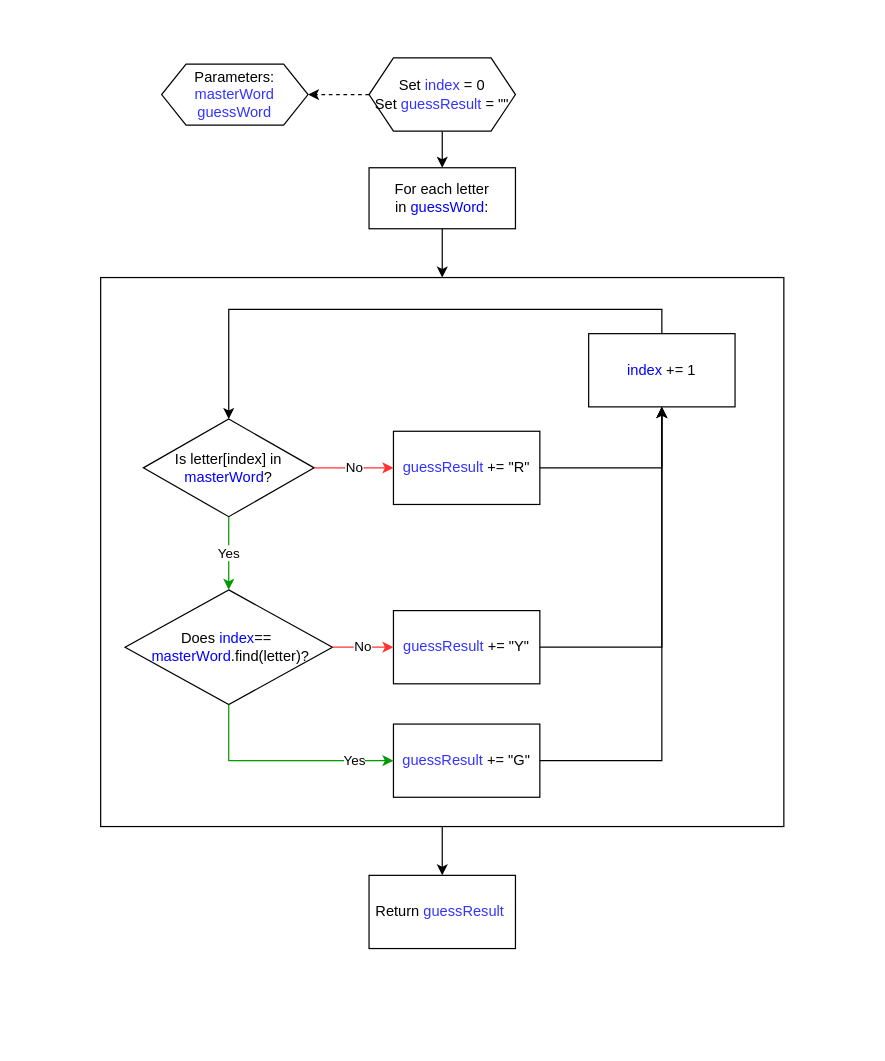
This is page "checkWord" (2 of 2) of wordle/logic.drawio from bansuri1/pythongames, a draw.io file, before an edit. Source tidied: cells renumbered, new cells numbered last; positions are measured from the earlier drawing's top-left corner, leaving out a move shared by most shapes. Both pictures are drawn from the tidied source at 122%, with x=0, y=0 at pixel (40, 21).
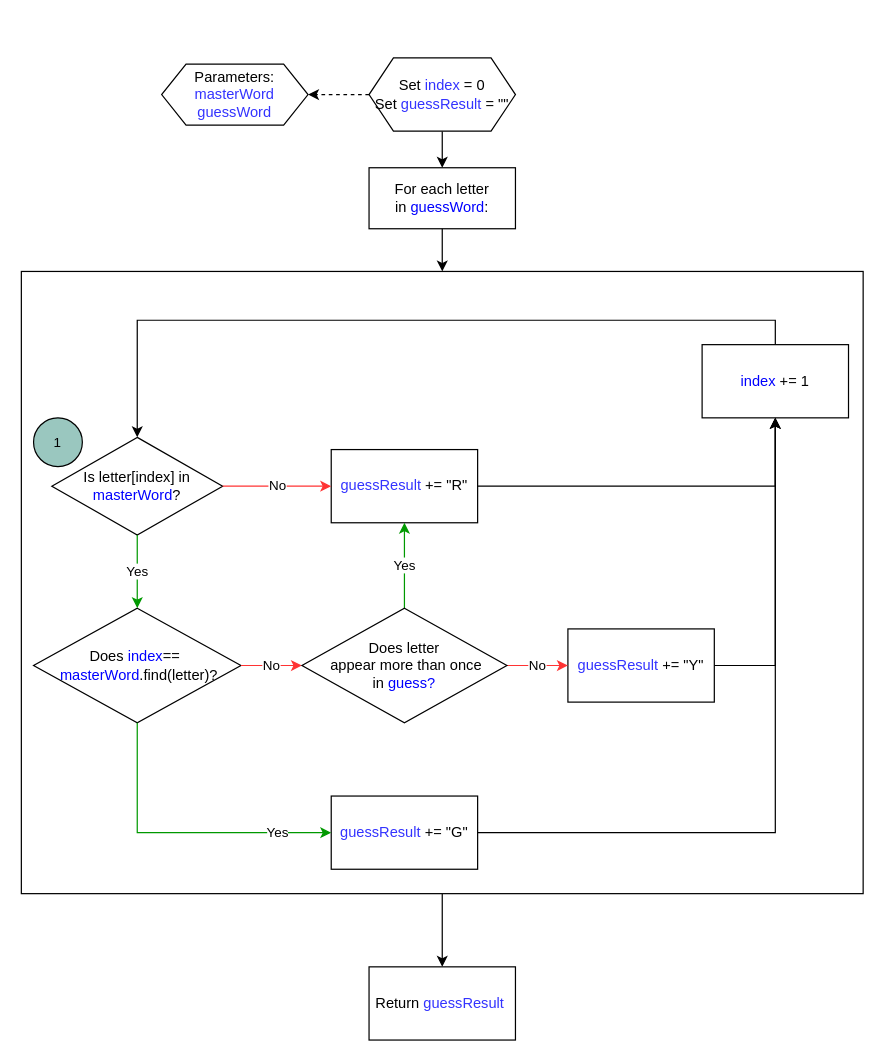
The same diagram, later.

What changed in the source:
```diff
@@
-    <mxCell id="2" style="rounded=0;whiteSpace=wrap;html=1;fontColor=#FF9933;strokeColor=none;strokeWidth=2;fillColor=#FFFFFF;" parent="1" vertex="1">
-      <mxGeometry width="658" height="820" as="geometry" />
-    </mxCell>
-    <mxCell id="3" style="group;fillColor=none;" parent="1" vertex="1">
-      <mxGeometry x="49" y="210" width="560" height="450" as="geometry" />
-    </mxCell>
-    <mxCell id="4" style="rounded=0;whiteSpace=wrap;html=1;fontColor=#000000;fillColor=none;" parent="3" vertex="1">
-      <mxGeometry width="560" height="450" as="geometry" />
-    </mxCell>
+    <mxCell id="27" style="edgeStyle=orthogonalEdgeStyle;rounded=0;jettySize=auto;html=1;fontSize=11;fontColor=#000000;strokeColor=#000000;strokeWidth=1;" parent="1" edge="1" source="28" target="23">
+      <mxGeometry relative="1" as="geometry" />
+    </mxCell>
+    <mxCell id="28" style="rounded=0;whiteSpace=wrap;html=1;fontSize=11;fontColor=#000000;strokeColor=#000000;strokeWidth=1;fillColor=#FFFFFF;" parent="1" vertex="1">
+      <mxGeometry x="-16" y="205" width="690" height="510" as="geometry" />
+    </mxCell>
+    <mxCell id="19" style="edgeStyle=orthogonalEdgeStyle;rounded=0;jettySize=auto;html=1;fontColor=#000000;dashed=1;" parent="1" edge="1" source="21" target="22">
+      <mxGeometry relative="1" as="geometry" />
+    </mxCell>
+    <mxCell id="20" style="edgeStyle=orthogonalEdgeStyle;rounded=0;jettySize=auto;html=1;fontColor=#0000FF;" parent="1" edge="1" source="21" target="26">
+      <mxGeometry relative="1" as="geometry" />
+    </mxCell>
+    <mxCell id="21" value="&lt;font color=&quot;#000000&quot;&gt;Set &lt;/font&gt;index &lt;font color=&quot;#000000&quot;&gt;= 0&lt;br&gt;Set &lt;/font&gt;guessResult &lt;font color=&quot;#000000&quot;&gt;= &quot;&quot;&lt;/font&gt;" style="shape=hexagon;perimeter=hexagonPerimeter2;whiteSpace=wrap;html=1;fixedSize=1;fontColor=#3333FF;" parent="1" vertex="1">
+      <mxGeometry x="269" y="30" width="120" height="60" as="geometry" />
+    </mxCell>
+    <mxCell id="22" value="Parameters:&lt;br&gt;&lt;font color=&quot;#3333ff&quot;&gt;masterWord&lt;br&gt;guessWord&lt;br&gt;&lt;/font&gt;" style="shape=hexagon;perimeter=hexagonPerimeter2;whiteSpace=wrap;html=1;fixedSize=1;fontColor=#000000;" parent="1" vertex="1">
+      <mxGeometry x="99" y="35" width="120" height="50" as="geometry" />
+    </mxCell>
+    <mxCell id="23" value="Return&amp;nbsp;&lt;span style=&quot;color: rgb(51 , 51 , 255)&quot;&gt;guessResult&amp;nbsp;&lt;/span&gt;" style="rounded=0;whiteSpace=wrap;html=1;fontColor=#000000;fillColor=none;" parent="1" vertex="1">
+      <mxGeometry x="269" y="775" width="120" height="60" as="geometry" />
+    </mxCell>
+    <mxCell id="29" style="edgeStyle=orthogonalEdgeStyle;rounded=0;jettySize=auto;html=1;fontColor=#0000FF;entryX=0.5;entryY=0;entryDx=0;entryDy=0;" parent="1" edge="1" source="26" target="28">
+      <mxGeometry relative="1" as="geometry" />
+    </mxCell>
+    <mxCell id="26" value="&lt;span style=&quot;color: rgb(0 , 0 , 0)&quot;&gt;For each letter in&amp;nbsp;&lt;/span&gt;&lt;font color=&quot;#0000ff&quot;&gt;guessWord&lt;/font&gt;&lt;span style=&quot;color: rgb(0 , 0 , 0)&quot;&gt;:&lt;/span&gt;" style="rounded=0;whiteSpace=wrap;html=1;fontColor=#0000FF;fillColor=none;" parent="1" vertex="1">
+      <mxGeometry x="269" y="120" width="120" height="50" as="geometry" />
+    </mxCell>
-    <mxCell id="5" value="Is letter[index] in &lt;br&gt;&lt;font color=&quot;#0000ff&quot;&gt;masterWord&lt;/font&gt;?" style="rhombus;whiteSpace=wrap;html=1;fontColor=#000000;" parent="3" vertex="1">
-      <mxGeometry x="35" y="116" width="140" height="80" as="geometry" />
+    <mxCell id="5" value="Is letter[index] in &lt;br&gt;&lt;font color=&quot;#0000ff&quot;&gt;masterWord&lt;/font&gt;?" style="rhombus;whiteSpace=wrap;html=1;fontColor=#000000;" parent="1" vertex="1">
+      <mxGeometry x="9" y="341" width="140" height="80" as="geometry" />
     </mxCell>
-    <mxCell id="6" value="&lt;span style=&quot;color: rgb(51 , 51 , 255)&quot;&gt;guessResult&amp;nbsp;&lt;/span&gt;+= &quot;R&quot;" style="rounded=0;whiteSpace=wrap;html=1;fontColor=#000000;" parent="3" vertex="1">
-      <mxGeometry x="240" y="126" width="120" height="60" as="geometry" />
+    <mxCell id="6" value="&lt;span style=&quot;color: rgb(51 , 51 , 255)&quot;&gt;guessResult&amp;nbsp;&lt;/span&gt;+= &quot;R&quot;" style="rounded=0;whiteSpace=wrap;html=1;fontColor=#000000;" parent="1" vertex="1">
+      <mxGeometry x="238" y="351" width="120" height="60" as="geometry" />
     </mxCell>
-    <mxCell id="7" value="No" style="edgeStyle=orthogonalEdgeStyle;rounded=0;jettySize=auto;html=1;fontColor=#000000;strokeColor=#FF3333;" parent="3" edge="1" source="5" target="6">
+    <mxCell id="7" value="No" style="edgeStyle=orthogonalEdgeStyle;rounded=0;jettySize=auto;html=1;fontColor=#000000;strokeColor=#FF3333;" parent="1" edge="1" source="5" target="6">
       <mxGeometry relative="1" as="geometry" />
     </mxCell>
-    <mxCell id="8" value="Does&amp;nbsp;&lt;font color=&quot;#0000ff&quot;&gt;index&lt;/font&gt;==&amp;nbsp;&lt;br&gt;&amp;nbsp;&lt;span style=&quot;color: rgb(0 , 0 , 255)&quot;&gt;masterWord&lt;/span&gt;.find(letter)?" style="rhombus;whiteSpace=wrap;html=1;fontColor=#000000;" parent="3" vertex="1">
-      <mxGeometry x="20" y="256" width="170" height="94" as="geometry" />
+    <mxCell id="8" value="Does&amp;nbsp;&lt;font color=&quot;#0000ff&quot;&gt;index&lt;/font&gt;==&amp;nbsp;&lt;br&gt;&amp;nbsp;&lt;span style=&quot;color: rgb(0 , 0 , 255)&quot;&gt;masterWord&lt;/span&gt;.find(letter)?" style="rhombus;whiteSpace=wrap;html=1;fontColor=#000000;" parent="1" vertex="1">
+      <mxGeometry x="-6" y="481" width="170" height="94" as="geometry" />
     </mxCell>
-    <mxCell id="9" value="&lt;font color=&quot;#000000&quot;&gt;Yes&lt;/font&gt;" style="edgeStyle=orthogonalEdgeStyle;rounded=0;jettySize=auto;html=1;fontColor=#0000FF;strokeColor=#009900;" parent="3" edge="1" source="5" target="8">
+    <mxCell id="9" value="&lt;font color=&quot;#000000&quot;&gt;Yes&lt;/font&gt;" style="edgeStyle=orthogonalEdgeStyle;rounded=0;jettySize=auto;html=1;fontColor=#0000FF;strokeColor=#009900;" parent="1" edge="1" source="5" target="8">
       <mxGeometry relative="1" as="geometry" />
     </mxCell>
-    <mxCell id="10" value="&lt;span style=&quot;color: rgb(51 , 51 , 255)&quot;&gt;guessResult&amp;nbsp;&lt;/span&gt;+= &quot;Y&quot;" style="rounded=0;whiteSpace=wrap;html=1;fontColor=#000000;" parent="3" vertex="1">
-      <mxGeometry x="240" y="273" width="120" height="60" as="geometry" />
+    <mxCell id="10" value="&lt;span style=&quot;color: rgb(51 , 51 , 255)&quot;&gt;guessResult&amp;nbsp;&lt;/span&gt;+= &quot;Y&quot;" style="rounded=0;whiteSpace=wrap;html=1;fontColor=#000000;" parent="1" vertex="1">
+      <mxGeometry x="432" y="498" width="120" height="60" as="geometry" />
     </mxCell>
-    <mxCell id="11" value="No" style="edgeStyle=orthogonalEdgeStyle;rounded=0;jettySize=auto;html=1;fontColor=#000000;strokeColor=#FF3333;" parent="3" edge="1" source="8" target="10">
-      <mxGeometry relative="1" as="geometry" />
-    </mxCell>
+    <mxCell id="30" value="No" style="edgeStyle=orthogonalEdgeStyle;rounded=0;jettySize=auto;html=1;fontColor=#000000;strokeColor=#FF3333;entryX=0;entryY=0.5;entryDx=0;entryDy=0;" parent="1" edge="1" source="8" target="33">
+      <mxGeometry relative="1" as="geometry" />
+    </mxCell>
-    <mxCell id="12" value="&lt;span style=&quot;color: rgb(51 , 51 , 255)&quot;&gt;guessResult&amp;nbsp;&lt;/span&gt;+= &quot;G&quot;" style="rounded=0;whiteSpace=wrap;html=1;fontColor=#000000;" parent="3" vertex="1">
-      <mxGeometry x="240" y="366" width="120" height="60" as="geometry" />
+    <mxCell id="12" value="&lt;span style=&quot;color: rgb(51 , 51 , 255)&quot;&gt;guessResult&amp;nbsp;&lt;/span&gt;+= &quot;G&quot;" style="rounded=0;whiteSpace=wrap;html=1;fontColor=#000000;" parent="1" vertex="1">
+      <mxGeometry x="238" y="635" width="120" height="60" as="geometry" />
     </mxCell>
-    <mxCell id="13" value="Yes" style="edgeStyle=orthogonalEdgeStyle;rounded=0;jettySize=auto;html=1;exitX=0.5;exitY=1;exitDx=0;exitDy=0;entryX=0;entryY=0.5;entryDx=0;entryDy=0;fontColor=#000000;strokeColor=#009900;" parent="3" edge="1" source="8" target="12">
+    <mxCell id="13" value="Yes" style="edgeStyle=orthogonalEdgeStyle;rounded=0;jettySize=auto;html=1;exitX=0.5;exitY=1;exitDx=0;exitDy=0;entryX=0;entryY=0.5;entryDx=0;entryDy=0;fontColor=#000000;strokeColor=#009900;" parent="1" edge="1" source="8" target="12">
       <mxGeometry x="0.65" relative="1" as="geometry" />
     </mxCell>
-    <mxCell id="14" style="edgeStyle=orthogonalEdgeStyle;rounded=0;jettySize=auto;html=1;exitX=0.5;exitY=0;exitDx=0;exitDy=0;entryX=0.5;entryY=0;entryDx=0;entryDy=0;fontColor=#0000FF;" parent="3" edge="1" source="15" target="5">
+    <mxCell id="14" style="edgeStyle=orthogonalEdgeStyle;rounded=0;jettySize=auto;html=1;exitX=0.5;exitY=0;exitDx=0;exitDy=0;entryX=0.5;entryY=0;entryDx=0;entryDy=0;fontColor=#0000FF;" parent="1" edge="1" source="15" target="5">
       <mxGeometry relative="1" as="geometry" />
     </mxCell>
-    <mxCell id="15" value="&lt;font color=&quot;#0000ff&quot;&gt;index &lt;/font&gt;+= 1" style="rounded=0;whiteSpace=wrap;html=1;fontColor=#000000;" parent="3" vertex="1">
-      <mxGeometry x="400" y="46" width="120" height="60" as="geometry" />
+    <mxCell id="15" value="&lt;font color=&quot;#0000ff&quot;&gt;index &lt;/font&gt;+= 1" style="rounded=0;whiteSpace=wrap;html=1;fontColor=#000000;" parent="1" vertex="1">
+      <mxGeometry x="542" y="265" width="120" height="60" as="geometry" />
     </mxCell>
-    <mxCell id="16" style="edgeStyle=orthogonalEdgeStyle;rounded=0;jettySize=auto;html=1;fontColor=#000000;" parent="3" edge="1" source="6" target="15">
+    <mxCell id="16" style="edgeStyle=orthogonalEdgeStyle;rounded=0;jettySize=auto;html=1;fontColor=#000000;" parent="1" edge="1" source="6" target="15">
       <mxGeometry relative="1" as="geometry" />
     </mxCell>
-    <mxCell id="17" style="edgeStyle=orthogonalEdgeStyle;rounded=0;jettySize=auto;html=1;exitX=1;exitY=0.5;exitDx=0;exitDy=0;entryX=0.5;entryY=1;entryDx=0;entryDy=0;fontColor=#000000;" parent="3" edge="1" source="10" target="15">
+    <mxCell id="17" style="edgeStyle=orthogonalEdgeStyle;rounded=0;jettySize=auto;html=1;exitX=1;exitY=0.5;exitDx=0;exitDy=0;entryX=0.5;entryY=1;entryDx=0;entryDy=0;fontColor=#000000;" parent="1" edge="1" source="10" target="15">
       <mxGeometry relative="1" as="geometry" />
     </mxCell>
-    <mxCell id="18" style="edgeStyle=orthogonalEdgeStyle;rounded=0;jettySize=auto;html=1;exitX=1;exitY=0.5;exitDx=0;exitDy=0;entryX=0.5;entryY=1;entryDx=0;entryDy=0;fontColor=#000000;" parent="3" edge="1" source="12" target="15">
+    <mxCell id="18" style="edgeStyle=orthogonalEdgeStyle;rounded=0;jettySize=auto;html=1;exitX=1;exitY=0.5;exitDx=0;exitDy=0;entryX=0.5;entryY=1;entryDx=0;entryDy=0;fontColor=#000000;" parent="1" edge="1" source="12" target="15">
       <mxGeometry relative="1" as="geometry" />
     </mxCell>
-    <mxCell id="19" style="edgeStyle=orthogonalEdgeStyle;rounded=0;jettySize=auto;html=1;fontColor=#000000;dashed=1;" parent="1" edge="1" source="21" target="22">
-      <mxGeometry relative="1" as="geometry" />
-    </mxCell>
-    <mxCell id="20" style="edgeStyle=orthogonalEdgeStyle;rounded=0;jettySize=auto;html=1;fontColor=#0000FF;" parent="1" edge="1" source="21" target="26">
-      <mxGeometry relative="1" as="geometry" />
-    </mxCell>
-    <mxCell id="21" value="&lt;font color=&quot;#000000&quot;&gt;Set &lt;/font&gt;index &lt;font color=&quot;#000000&quot;&gt;= 0&lt;br&gt;Set &lt;/font&gt;guessResult &lt;font color=&quot;#000000&quot;&gt;= &quot;&quot;&lt;/font&gt;" style="shape=hexagon;perimeter=hexagonPerimeter2;whiteSpace=wrap;html=1;fixedSize=1;fontColor=#3333FF;" parent="1" vertex="1">
-      <mxGeometry x="269" y="30" width="120" height="60" as="geometry" />
-    </mxCell>
-    <mxCell id="22" value="Parameters:&lt;br&gt;&lt;font color=&quot;#3333ff&quot;&gt;masterWord&lt;br&gt;guessWord&lt;br&gt;&lt;/font&gt;" style="shape=hexagon;perimeter=hexagonPerimeter2;whiteSpace=wrap;html=1;fixedSize=1;fontColor=#000000;" parent="1" vertex="1">
-      <mxGeometry x="99" y="35" width="120" height="50" as="geometry" />
-    </mxCell>
-    <mxCell id="23" value="Return&amp;nbsp;&lt;span style=&quot;color: rgb(51 , 51 , 255)&quot;&gt;guessResult&amp;nbsp;&lt;/span&gt;" style="rounded=0;whiteSpace=wrap;html=1;fontColor=#000000;fillColor=none;" parent="1" vertex="1">
-      <mxGeometry x="269" y="700" width="120" height="60" as="geometry" />
-    </mxCell>
-    <mxCell id="24" style="edgeStyle=orthogonalEdgeStyle;rounded=0;jettySize=auto;html=1;fontColor=#000000;" parent="1" edge="1" source="4" target="23">
-      <mxGeometry relative="1" as="geometry" />
-    </mxCell>
-    <mxCell id="25" style="edgeStyle=orthogonalEdgeStyle;rounded=0;jettySize=auto;html=1;fontColor=#0000FF;" parent="1" edge="1" source="26" target="4">
-      <mxGeometry relative="1" as="geometry" />
-    </mxCell>
-    <mxCell id="26" value="&lt;span style=&quot;color: rgb(0 , 0 , 0)&quot;&gt;For each letter in&amp;nbsp;&lt;/span&gt;&lt;font color=&quot;#0000ff&quot;&gt;guessWord&lt;/font&gt;&lt;span style=&quot;color: rgb(0 , 0 , 0)&quot;&gt;:&lt;/span&gt;" style="rounded=0;whiteSpace=wrap;html=1;fontColor=#0000FF;fillColor=none;" parent="1" vertex="1">
-      <mxGeometry x="269" y="120" width="120" height="50" as="geometry" />
-    </mxCell>
+    <mxCell id="31" value="Yes" style="edgeStyle=orthogonalEdgeStyle;rounded=0;jettySize=auto;html=1;fontSize=11;fontColor=#000000;strokeColor=#009900;strokeWidth=1;" parent="1" edge="1" source="33" target="6">
+      <mxGeometry relative="1" as="geometry" />
+    </mxCell>
+    <mxCell id="32" value="No" style="edgeStyle=orthogonalEdgeStyle;rounded=0;jettySize=auto;html=1;fontSize=11;fontColor=#000000;strokeColor=#FF3333;strokeWidth=1;" parent="1" edge="1" source="33" target="10">
+      <mxGeometry relative="1" as="geometry" />
+    </mxCell>
+    <mxCell id="33" value="Does letter&lt;br&gt;&amp;nbsp;appear more than once in&amp;nbsp;&lt;font color=&quot;#0000ff&quot;&gt;guess?&lt;/font&gt;" style="rhombus;whiteSpace=wrap;html=1;fontColor=#000000;" parent="1" vertex="1">
+      <mxGeometry x="214" y="481" width="168" height="94" as="geometry" />
+    </mxCell>
+    <mxCell id="34" value="1" style="ellipse;whiteSpace=wrap;html=1;fontSize=11;fontColor=#000000;strokeColor=#000000;strokeWidth=1;fillColor=#9AC7BF;" parent="1" vertex="1">
+      <mxGeometry x="-6" y="325" width="40" height="40" as="geometry" />
+    </mxCell>
```
